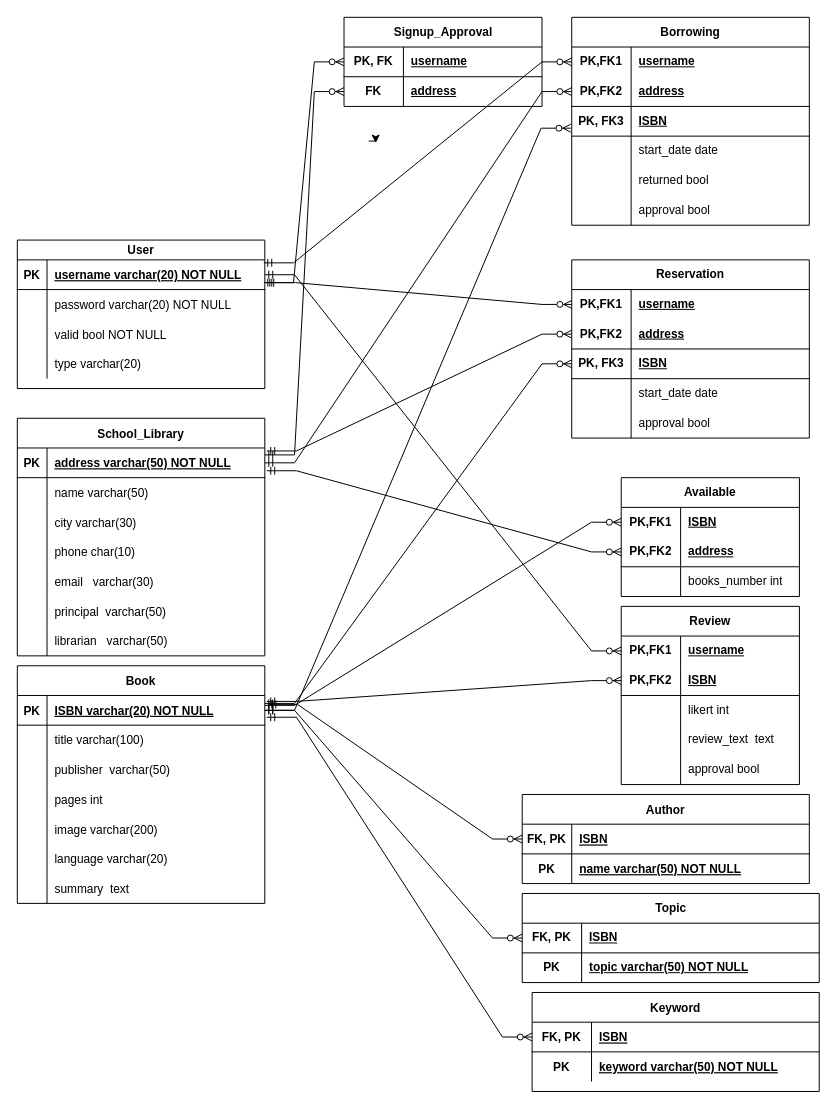
Before: Relational Schema.drawio in ntua-el20069/school-library-app, a draw.io diagram. Source tidied: cells renumbered, new cells numbered last; positions are measured from the earlier drawing's top-left corner, leaving out a move shared by most shapes. Both pictures are drawn from the tidied source at 99%, with x=0, y=0 at pixel (17, 17).
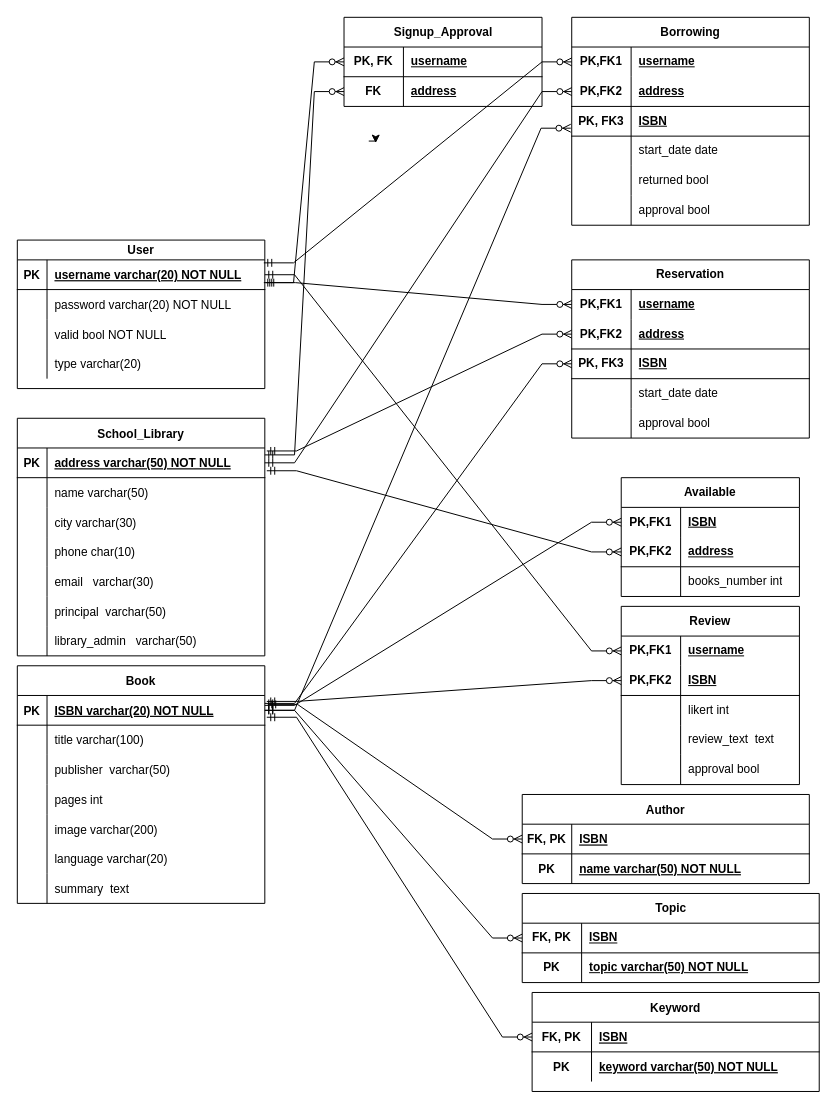
The same diagram, later.

Commit message:
Ενημέρωση Relational Schema - library_admin.drawio

The change refers to these unchanged cells:
```xml
<mxCell id="41" style="shape=partialRectangle;fillColor=none;top=0;left=0;right=0;bottom=0;" parent="22" vertex="1">
  <mxGeometry y="210" width="250" height="30" as="geometry" />
</mxCell>
```

The edit, as a diff of the source:
```diff
@@
-    <mxCell id="43" value="librarian   varchar(50)" style="shape=partialRectangle;overflow=hidden;fillColor=none;top=0;left=0;bottom=0;right=0;align=left;spacingLeft=6;" parent="41" vertex="1">
+    <mxCell id="43" value="library_admin   varchar(50)" style="shape=partialRectangle;overflow=hidden;fillColor=none;top=0;left=0;bottom=0;right=0;align=left;spacingLeft=6;" parent="41" vertex="1">
       <mxGeometry x="30" width="220" height="30" as="geometry" />
     </mxCell>
```
